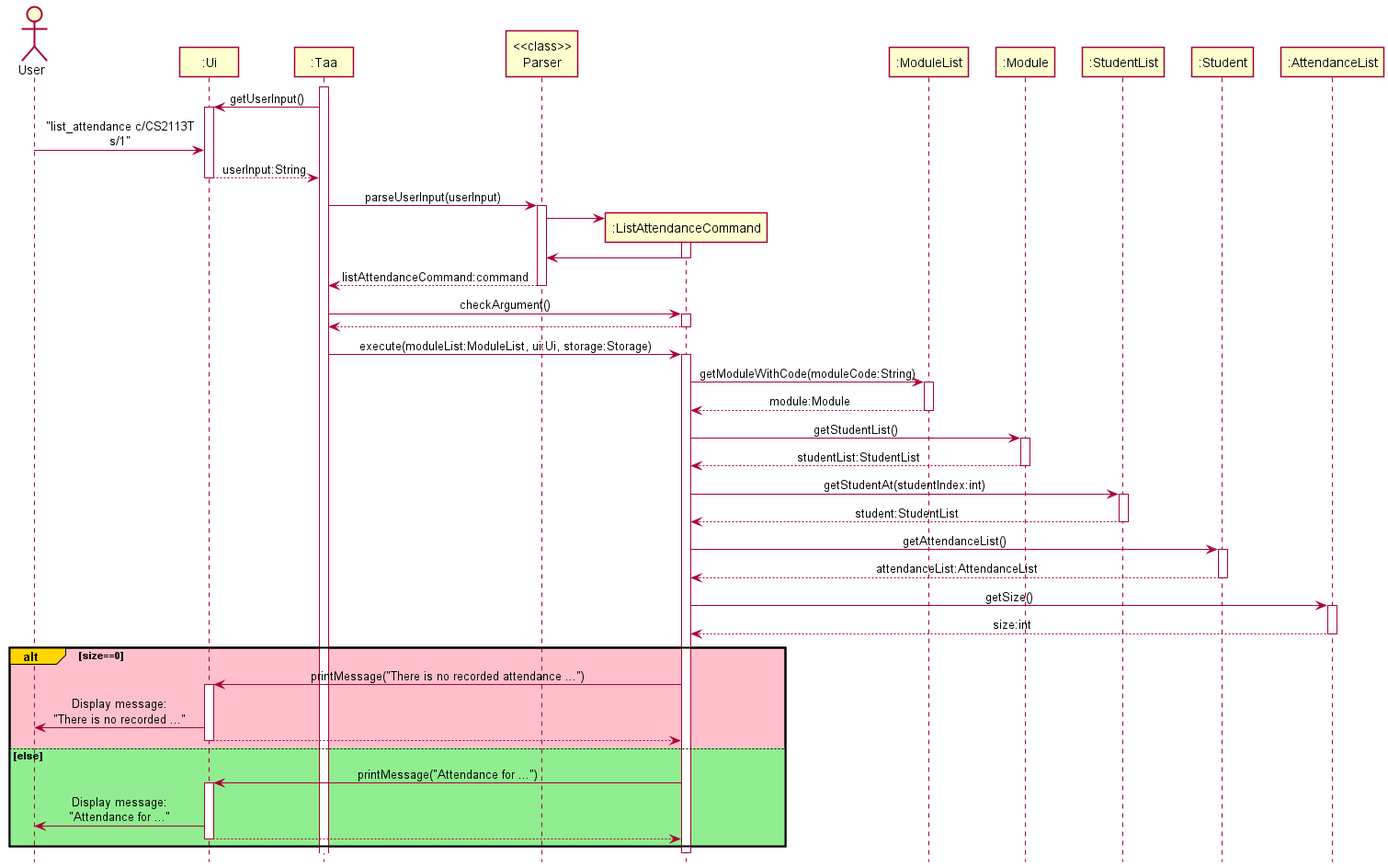
Before: docs/diagrams/sequence/ListAttendanceSequenceDiagram.png, a diagram exported from PlantUML (nus-cs2113-AY2122S1/tp).
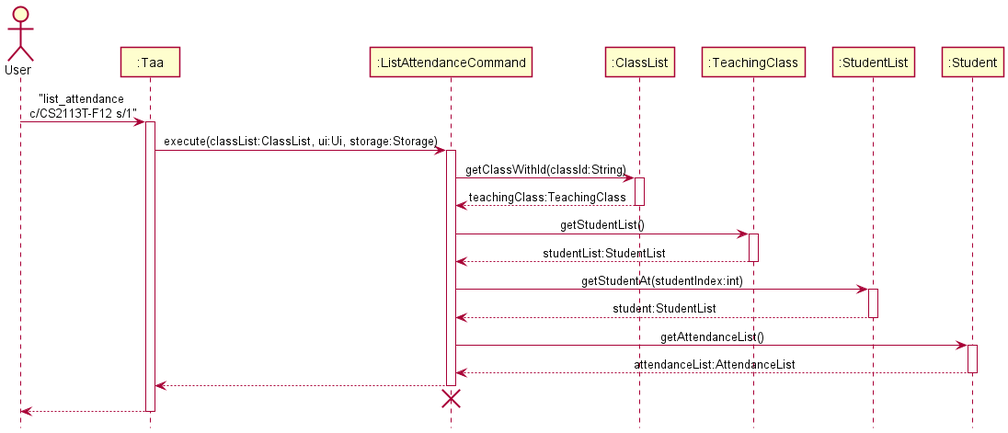
The same file after the commit.

Commit message:
update dg with new sequence diagrams modify verify in attendance

What changed in the source:
```diff
@@ -1,57 +1,30 @@
 @startuml
-!include style.puml
+!include SequenceStyle.puml
 
 Actor User as user
-Participant ":Ui" as ui
 Participant ":Taa" as taa
-Participant "<<class>>\nParser" as parser
 Participant ":ListAttendanceCommand" as listAttendanceCommand
-Participant ":ModuleList" as moduleList
-Participant ":Module" as module
+Participant ":ClassList" as classList
+Participant ":TeachingClass" as teachingClass
 Participant ":StudentList" as studentList
 Participant ":Student" as student
-Participant ":AttendanceList" as attendanceList
 
+user -> taa : "list_attendance \nc/CS2113T-F12 s/1"
 activate taa
 
-taa -> ui : getUserInput()
-activate ui
-
-user -> ui : "list_attendance c/CS2113T\ns/1"
-ui --> taa : userInput:String
-deactivate ui
-
-taa -> parser : parseUserInput(userInput)
-activate parser
-
-create listAttendanceCommand
-parser -> listAttendanceCommand
-activate listAttendanceCommand
-listAttendanceCommand -> parser
-deactivate listAttendanceCommand
-
-parser --> taa : listAttendanceCommand:command
-deactivate parser
-
-taa -> listAttendanceCommand : checkArgument()
+taa -> listAttendanceCommand : execute(classList:ClassList, ui:Ui, storage:Storage)
 activate listAttendanceCommand
 
-listAttendanceCommand --> taa
-deactivate listAttendanceCommand
-
-taa -> listAttendanceCommand : execute(moduleList:ModuleList, ui:Ui, storage:Storage)
-activate listAttendanceCommand
-
-listAttendanceCommand -> moduleList : getModuleWithCode(moduleCode:String)
-activate moduleList
-moduleList --> listAttendanceCommand : module:Module
-deactivate moduleList
+listAttendanceCommand -> classList : getClassWithId(classId:String)
+activate classList
+classList --> listAttendanceCommand : teachingClass:TeachingClass
+deactivate classList
 
 
-listAttendanceCommand -> module : getStudentList()
-activate module
-module --> listAttendanceCommand : studentList:StudentList
-deactivate module
+listAttendanceCommand -> teachingClass : getStudentList()
+activate teachingClass
+teachingClass --> listAttendanceCommand : studentList:StudentList
+deactivate teachingClass
 
 listAttendanceCommand -> studentList : getStudentAt(studentIndex:int)
 activate studentList
@@ -63,29 +36,12 @@
 student --> listAttendanceCommand : attendanceList:AttendanceList
 deactivate student
 
-listAttendanceCommand -> attendanceList : getSize()
-activate attendanceList
-attendanceList --> listAttendanceCommand : size:int
-deactivate attendanceList
+listAttendanceCommand --> taa
+deactivate listAttendanceCommand
+taa -[hidden]-> listAttendanceCommand
+destroy listAttendanceCommand
 
-alt#Gold #Pink size==0
-    listAttendanceCommand -> ui : printMessage("There is no recorded attendance ...")
-    activate ui
-    ui -> user : Display message:\n"There is no recorded ..."
-    ui --> listAttendanceCommand
-    deactivate ui
-
-
-
-else #LightGreen else
-    listAttendanceCommand -> ui : printMessage("Attendance for ...")
-    activate ui
-    ui -> user : Display message:\n"Attendance for ..."
-    ui --> listAttendanceCommand
-    deactivate ui
-end
-
-deactivate listAttendanceCommand
-
+taa --> user
+deactivate taa
 
 @enduml
```
